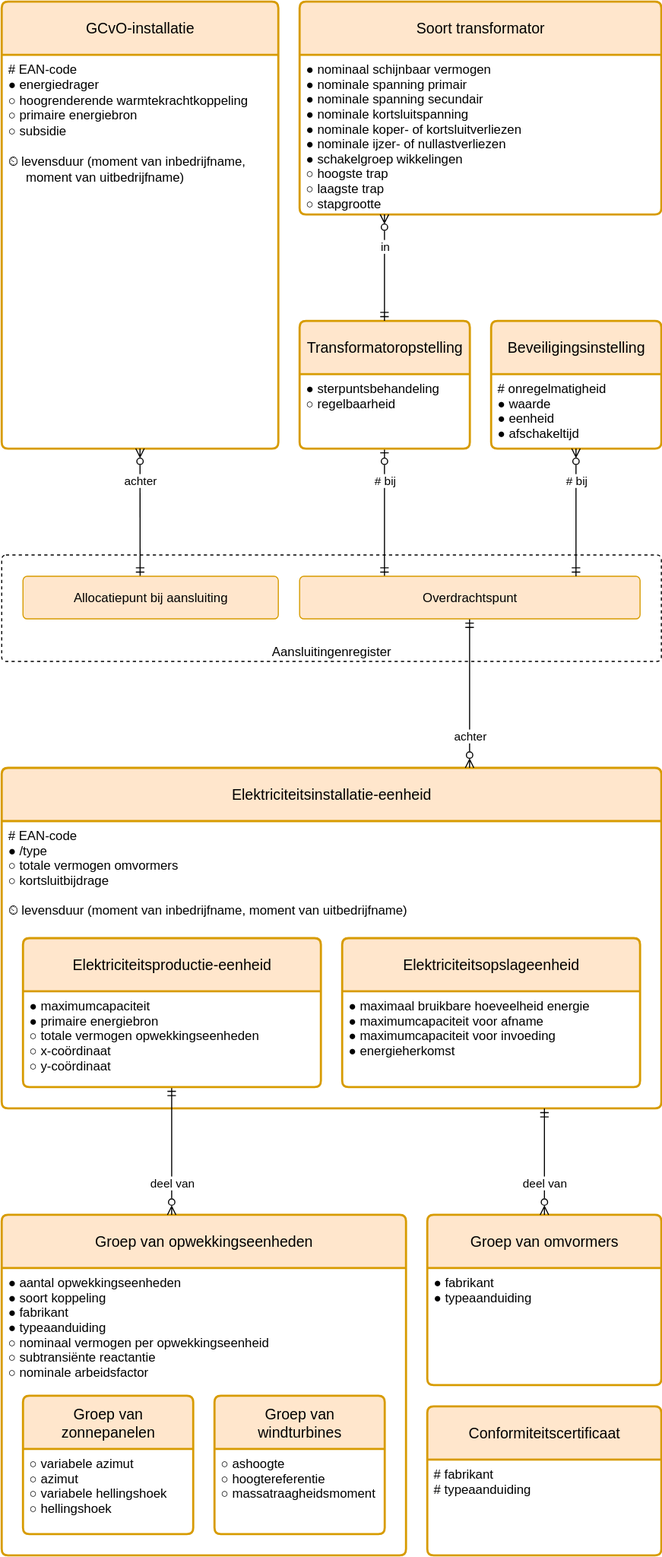
This is modellen/registers/installatieregister/1.0.0/model.drawio.svg from sefanja/nbnl-conceptuele-informatiemodellen, a draw.io export, as it was before one commit. Source tidied: cells renumbered, new cells last; positions are measured from the earlier drawing's top-left corner, leaving out a move shared by most shapes. The source it was exported from:
```xml
<mxGraphModel>
  <root>
    <mxCell id="0" />
    <mxCell id="1" parent="0" />
    <mxCell id="2" value="Aansluitingenregister" style="rounded=1;whiteSpace=wrap;html=1;dashed=1;verticalAlign=bottom;arcSize=4;" parent="1" vertex="1">
      <mxGeometry y="520" width="620" height="100" as="geometry" />
    </mxCell>
    <mxCell id="3" value="GCvO-installatie" style="swimlane;horizontal=1;startSize=50;rounded=1;fontSize=14;fontStyle=0;strokeWidth=2;shadow=0;dashed=0;align=center;arcSize=4;fillColor=#ffe6cc;strokeColor=#d79b00;whiteSpace=wrap;html=1;spacing=10;" parent="1" vertex="1">
      <mxGeometry width="260" height="420" as="geometry" />
    </mxCell>
    <mxCell id="4" value="# EAN-code&lt;br&gt;● energiedrager&lt;br&gt;○&amp;nbsp;hoogrenderende warmtekrachtkoppeling&lt;br&gt;○ primaire energiebron&lt;br&gt;&lt;div&gt;○ subsidie&lt;br&gt;&lt;br&gt;⏲&amp;nbsp;levensduur&amp;nbsp;&lt;span style=&quot;background-color: initial; color: light-dark(rgb(0, 0, 0), rgb(255, 255, 255));&quot;&gt;(moment&amp;nbsp;&lt;/span&gt;&lt;span style=&quot;background-color: initial; color: light-dark(rgb(0, 0, 0), rgb(255, 255, 255));&quot;&gt;van&lt;/span&gt;&lt;span style=&quot;background-color: initial; color: light-dark(rgb(0, 0, 0), rgb(255, 255, 255));&quot;&gt;&amp;nbsp;inbedrijf&lt;/span&gt;&lt;span style=&quot;background-color: initial; color: light-dark(rgb(0, 0, 0), rgb(255, 255, 255));&quot;&gt;name,&lt;/span&gt;&lt;div&gt;&lt;span style=&quot;background-color: initial; color: light-dark(rgb(0, 0, 0), rgb(255, 255, 255));&quot;&gt;&amp;nbsp; &amp;nbsp; &amp;nbsp;moment&lt;/span&gt;&lt;span style=&quot;background-color: initial; color: light-dark(rgb(0, 0, 0), rgb(255, 255, 255));&quot;&gt;&amp;nbsp;van&amp;nbsp;&lt;/span&gt;&lt;span style=&quot;background-color: initial; color: light-dark(rgb(0, 0, 0), rgb(255, 255, 255));&quot;&gt;uitbedrijfname)&lt;/span&gt;&lt;/div&gt;&lt;/div&gt;" style="align=left;strokeColor=none;fillColor=none;spacingLeft=4;fontSize=12;verticalAlign=top;html=1;" parent="3" vertex="1">
      <mxGeometry y="50" width="260" height="370" as="geometry" />
    </mxCell>
    <mxCell id="5" value="achter" style="edgeStyle=elbowEdgeStyle;rounded=0;jettySize=auto;html=1;endArrow=ERmandOne;endFill=0;startArrow=ERzeroToMany;startFill=0;align=center;exitX=0.5;exitY=1;exitDx=0;exitDy=0;" parent="1" edge="1" source="4" target="22">
      <mxGeometry x="-0.5" relative="1" as="geometry" />
    </mxCell>
    <mxCell id="6" value="Elektriciteitsinstallatie-eenheid" style="swimlane;horizontal=1;startSize=50;rounded=1;fontSize=14;fontStyle=0;strokeWidth=2;shadow=0;dashed=0;align=center;fillColor=#ffe6cc;strokeColor=#d79b00;arcSize=4;whiteSpace=wrap;html=1;spacing=10;" parent="1" vertex="1">
      <mxGeometry y="720" width="620" height="320" as="geometry" />
    </mxCell>
    <mxCell id="7" value="# EAN-code&#10;● /type&#10;○ totale vermogen omvormers&#10;○ kortsluitbijdrage&#10;&#10;⏲ levensduur (moment van inbedrijfname, moment van uitbedrijfname)" style="align=left;strokeColor=none;fillColor=none;spacingLeft=4;fontSize=12;verticalAlign=top;" parent="6" vertex="1">
      <mxGeometry y="50" width="620" height="270" as="geometry" />
    </mxCell>
    <mxCell id="8" value="Groep van opwekkingseenheden" style="swimlane;horizontal=1;startSize=50;rounded=1;fontSize=14;fontStyle=0;strokeWidth=2;shadow=0;dashed=0;align=center;fillColor=#ffe6cc;strokeColor=#d79b00;arcSize=4;whiteSpace=wrap;html=1;spacing=10;" parent="1" vertex="1">
      <mxGeometry y="1140" width="380" height="320" as="geometry" />
    </mxCell>
    <mxCell id="9" value="● aantal opwekkingseenheden&#10;● soort koppeling&#10;● fabrikant&#10;● typeaanduiding&#10;○ nominaal vermogen per opwekkingseenheid&#10;○ subtransiënte reactantie&#10;○ nominale arbeidsfactor" style="align=left;strokeColor=none;fillColor=none;spacingLeft=4;fontSize=12;verticalAlign=top;" parent="8" vertex="1">
      <mxGeometry y="50" width="380" height="270" as="geometry" />
    </mxCell>
    <mxCell id="10" value="Soort transformator" style="swimlane;horizontal=1;startSize=50;rounded=1;fontSize=14;fontStyle=0;strokeWidth=2;shadow=0;dashed=0;align=center;fillColor=#ffe6cc;strokeColor=#d79b00;arcSize=4;whiteSpace=wrap;html=1;spacing=10;" parent="1" vertex="1">
      <mxGeometry x="280" width="340" height="200" as="geometry" />
    </mxCell>
    <mxCell id="11" value="● nominaal schijnbaar vermogen&#10;● nominale spanning primair&#10;● nominale spanning secundair&#10;● nominale kortsluitspanning&#10;● nominale koper- of kortsluitverliezen&#10;● nominale ijzer- of nullastverliezen&#10;● schakelgroep wikkelingen&#10;○ hoogste trap&#10;○ laagste trap&#10;○ stapgrootte" style="align=left;strokeColor=none;fillColor=none;spacingLeft=4;fontSize=12;verticalAlign=top;" parent="10" vertex="1">
      <mxGeometry y="50" width="340" height="150" as="geometry" />
    </mxCell>
    <mxCell id="12" value="deel van" style="endArrow=ERzeroToMany;html=1;rounded=0;startArrow=ERmandOne;startFill=0;endFill=0;edgeStyle=elbowEdgeStyle;align=center;" parent="1" edge="1" source="14" target="8">
      <mxGeometry x="0.5" relative="1" as="geometry" />
    </mxCell>
    <mxCell id="13" value="# bij" style="endArrow=ERzeroToOne;html=1;rounded=0;startArrow=ERmandOne;startFill=0;endFill=0;align=center;edgeStyle=elbowEdgeStyle;" parent="1" edge="1" source="19" target="29">
      <mxGeometry x="0.5" relative="1" as="geometry" />
    </mxCell>
    <mxCell id="14" value="Elektriciteitsproductie-eenheid" style="swimlane;horizontal=1;startSize=50;rounded=1;fontSize=14;fontStyle=0;strokeWidth=2;shadow=0;dashed=0;align=center;fillColor=#ffe6cc;strokeColor=#d79b00;arcSize=4;whiteSpace=wrap;html=1;spacing=10;" parent="1" vertex="1">
      <mxGeometry x="20" y="880" width="280" height="140" as="geometry" />
    </mxCell>
    <mxCell id="15" value="● maximumcapaciteit&#10;● primaire energiebron&#10;○ totale vermogen opwekkingseenheden&#10;○ x-coördinaat&#10;○ y-coördinaat" style="align=left;strokeColor=none;fillColor=none;spacingLeft=4;fontSize=12;verticalAlign=top;" parent="14" vertex="1">
      <mxGeometry y="50" width="280" height="90" as="geometry" />
    </mxCell>
    <mxCell id="16" value="Elektriciteitsopslageenheid" style="swimlane;horizontal=1;startSize=50;rounded=1;fontSize=14;fontStyle=0;strokeWidth=2;shadow=0;dashed=0;align=center;fillColor=#ffe6cc;strokeColor=#d79b00;arcSize=4;whiteSpace=wrap;html=1;spacing=10;" parent="1" vertex="1">
      <mxGeometry x="320" y="880" width="280" height="140" as="geometry" />
    </mxCell>
    <mxCell id="17" value="● maximaal bruikbare hoeveelheid energie&#10;● maximumcapaciteit voor afname&#10;● maximumcapaciteit voor invoeding&#10;● energieherkomst" style="align=left;strokeColor=none;fillColor=none;spacingLeft=4;fontSize=12;verticalAlign=top;fontStyle=0;" parent="16" vertex="1">
      <mxGeometry y="50" width="280" height="90" as="geometry" />
    </mxCell>
    <mxCell id="18" value="achter" style="endArrow=ERmandOne;html=1;rounded=0;endFill=0;startArrow=ERzeroToMany;startFill=0;align=center;edgeStyle=elbowEdgeStyle;" parent="1" edge="1" source="6" target="19">
      <mxGeometry x="-0.57" relative="1" as="geometry" />
    </mxCell>
    <mxCell id="19" value="Overdrachtspunt" style="rounded=1;arcSize=10;whiteSpace=wrap;html=1;align=center;fillColor=#ffe6cc;strokeColor=#d79b00;" parent="1" vertex="1">
      <mxGeometry x="280" y="540" width="320" height="40" as="geometry" />
    </mxCell>
    <mxCell id="20" value="Conformiteitscertificaat" style="swimlane;horizontal=1;startSize=50;rounded=1;fontSize=14;fontStyle=0;strokeWidth=2;shadow=0;dashed=0;align=center;fillColor=#ffe6cc;strokeColor=#d79b00;arcSize=4;whiteSpace=wrap;html=1;spacing=10;" parent="1" vertex="1">
      <mxGeometry x="400" y="1320" width="220" height="140" as="geometry" />
    </mxCell>
    <mxCell id="21" value="# fabrikant&#10;# typeaanduiding" style="align=left;strokeColor=none;fillColor=none;spacingLeft=4;fontSize=12;verticalAlign=top;" parent="20" vertex="1">
      <mxGeometry y="50" width="220" height="90" as="geometry" />
    </mxCell>
    <mxCell id="22" value="Allocatiepunt bij aansluiting" style="rounded=1;arcSize=10;whiteSpace=wrap;html=1;align=center;fillColor=#ffe6cc;strokeColor=#d79b00;" parent="1" vertex="1">
      <mxGeometry x="20" y="540" width="240" height="40" as="geometry" />
    </mxCell>
    <mxCell id="23" value="Beveiligingsinstelling" style="swimlane;horizontal=1;startSize=50;rounded=1;fontSize=14;fontStyle=0;strokeWidth=2;shadow=0;dashed=0;align=center;fillColor=#ffe6cc;strokeColor=#d79b00;arcSize=4;whiteSpace=wrap;html=1;spacing=10;" parent="1" vertex="1">
      <mxGeometry x="460" y="300" width="160" height="120" as="geometry" />
    </mxCell>
    <mxCell id="24" value="# onregelmatigheid&#10;● waarde&#10;● eenheid&#10;● afschakeltijd" style="align=left;strokeColor=none;fillColor=none;spacingLeft=4;fontSize=12;verticalAlign=top;" parent="23" vertex="1">
      <mxGeometry y="50" width="160" height="70" as="geometry" />
    </mxCell>
    <mxCell id="25" value="# bij" style="endArrow=ERzeroToMany;html=1;rounded=0;startArrow=ERmandOne;startFill=0;endFill=0;align=center;edgeStyle=elbowEdgeStyle;entryX=0.5;entryY=1;entryDx=0;entryDy=0;" parent="1" edge="1" source="19" target="24">
      <mxGeometry x="0.5" relative="1" as="geometry" />
    </mxCell>
    <mxCell id="26" value="Groep van omvormers" style="swimlane;horizontal=1;startSize=50;rounded=1;fontSize=14;fontStyle=0;strokeWidth=2;shadow=0;dashed=0;align=center;fillColor=#ffe6cc;strokeColor=#d79b00;arcSize=4;whiteSpace=wrap;html=1;spacing=10;" parent="1" vertex="1">
      <mxGeometry x="400" y="1140" width="220" height="160" as="geometry" />
    </mxCell>
    <mxCell id="27" value="● fabrikant&#10;● typeaanduiding" style="align=left;strokeColor=none;fillColor=none;spacingLeft=4;fontSize=12;verticalAlign=top;" parent="26" vertex="1">
      <mxGeometry y="50" width="220" height="110" as="geometry" />
    </mxCell>
    <mxCell id="28" value="deel van" style="endArrow=ERzeroToMany;html=1;rounded=0;startArrow=ERmandOne;startFill=0;endFill=0;align=center;edgeStyle=elbowEdgeStyle;entryX=0.5;entryY=0;entryDx=0;entryDy=0;" parent="1" edge="1" source="6" target="26">
      <mxGeometry x="0.4" relative="1" as="geometry" />
    </mxCell>
    <mxCell id="29" value="Transformatoropstelling" style="swimlane;horizontal=1;startSize=50;rounded=1;fontSize=14;fontStyle=0;strokeWidth=2;shadow=0;dashed=0;align=center;fillColor=#ffe6cc;strokeColor=#d79b00;arcSize=4;whiteSpace=wrap;html=1;spacing=10;" parent="1" vertex="1">
      <mxGeometry x="280" y="300" width="160" height="120" as="geometry" />
    </mxCell>
    <mxCell id="30" value="● sterpuntsbehandeling&#10;○ regelbaarheid" style="align=left;strokeColor=none;fillColor=none;spacingLeft=4;fontSize=12;verticalAlign=top;" parent="29" vertex="1">
      <mxGeometry y="50" width="160" height="70" as="geometry" />
    </mxCell>
    <mxCell id="31" value="in" style="endArrow=ERzeroToMany;html=1;rounded=0;startArrow=ERmandOne;startFill=0;endFill=0;align=center;edgeStyle=elbowEdgeStyle;" parent="1" edge="1" source="29" target="10">
      <mxGeometry x="0.4" relative="1" as="geometry" />
    </mxCell>
    <mxCell id="32" value="Groep van zonnepanelen" style="swimlane;horizontal=1;startSize=50;rounded=1;fontSize=14;fontStyle=0;strokeWidth=2;shadow=0;dashed=0;align=center;fillColor=#ffe6cc;strokeColor=#d79b00;arcSize=4;whiteSpace=wrap;html=1;spacing=10;" parent="1" vertex="1">
      <mxGeometry x="20" y="1310" width="160" height="130" as="geometry" />
    </mxCell>
    <mxCell id="33" value="○ variabele azimut&#10;○ azimut&#10;○ variabele hellingshoek&#10;○ hellingshoek" style="align=left;strokeColor=none;fillColor=none;spacingLeft=4;fontSize=12;verticalAlign=top;" parent="32" vertex="1">
      <mxGeometry y="50" width="160" height="80" as="geometry" />
    </mxCell>
    <mxCell id="34" value="Groep van windturbines" style="swimlane;horizontal=1;startSize=50;rounded=1;fontSize=14;fontStyle=0;strokeWidth=2;shadow=0;dashed=0;align=center;fillColor=#ffe6cc;strokeColor=#d79b00;arcSize=4;whiteSpace=wrap;html=1;spacing=10;" parent="1" vertex="1">
      <mxGeometry x="200" y="1310" width="160" height="130" as="geometry" />
    </mxCell>
    <mxCell id="35" value="○ ashoogte&#10;○ hoogtereferentie&#10;○ massatraagheidsmoment" style="align=left;strokeColor=none;fillColor=none;spacingLeft=4;fontSize=12;verticalAlign=top;" parent="34" vertex="1">
      <mxGeometry y="50" width="160" height="80" as="geometry" />
    </mxCell>
  </root>
</mxGraphModel>
```
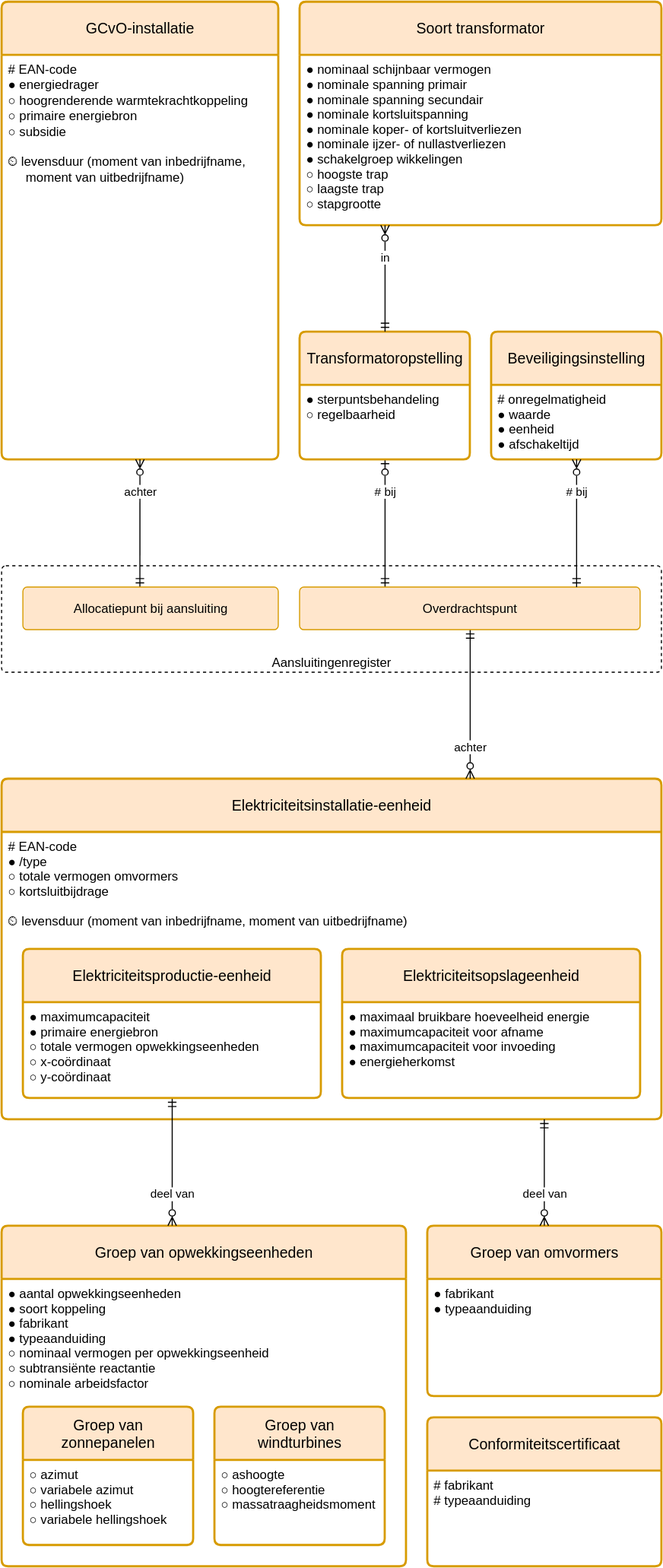
The same file after the commit.

Diff of the diagram source:
```diff
@@ -6,10 +6,10 @@
       <mxGeometry y="520" width="620" height="100" as="geometry" />
     </mxCell>
     <mxCell id="3" value="GCvO-installatie" style="swimlane;horizontal=1;startSize=50;rounded=1;fontSize=14;fontStyle=0;strokeWidth=2;shadow=0;dashed=0;align=center;arcSize=4;fillColor=#ffe6cc;strokeColor=#d79b00;whiteSpace=wrap;html=1;spacing=10;" parent="1" vertex="1">
-      <mxGeometry width="260" height="420" as="geometry" />
+      <mxGeometry y="-10" width="260" height="430" as="geometry" />
     </mxCell>
     <mxCell id="4" value="# EAN-code&lt;br&gt;● energiedrager&lt;br&gt;○&amp;nbsp;hoogrenderende warmtekrachtkoppeling&lt;br&gt;○ primaire energiebron&lt;br&gt;&lt;div&gt;○ subsidie&lt;br&gt;&lt;br&gt;⏲&amp;nbsp;levensduur&amp;nbsp;&lt;span style=&quot;background-color: initial; color: light-dark(rgb(0, 0, 0), rgb(255, 255, 255));&quot;&gt;(moment&amp;nbsp;&lt;/span&gt;&lt;span style=&quot;background-color: initial; color: light-dark(rgb(0, 0, 0), rgb(255, 255, 255));&quot;&gt;van&lt;/span&gt;&lt;span style=&quot;background-color: initial; color: light-dark(rgb(0, 0, 0), rgb(255, 255, 255));&quot;&gt;&amp;nbsp;inbedrijf&lt;/span&gt;&lt;span style=&quot;background-color: initial; color: light-dark(rgb(0, 0, 0), rgb(255, 255, 255));&quot;&gt;name,&lt;/span&gt;&lt;div&gt;&lt;span style=&quot;background-color: initial; color: light-dark(rgb(0, 0, 0), rgb(255, 255, 255));&quot;&gt;&amp;nbsp; &amp;nbsp; &amp;nbsp;moment&lt;/span&gt;&lt;span style=&quot;background-color: initial; color: light-dark(rgb(0, 0, 0), rgb(255, 255, 255));&quot;&gt;&amp;nbsp;van&amp;nbsp;&lt;/span&gt;&lt;span style=&quot;background-color: initial; color: light-dark(rgb(0, 0, 0), rgb(255, 255, 255));&quot;&gt;uitbedrijfname)&lt;/span&gt;&lt;/div&gt;&lt;/div&gt;" style="align=left;strokeColor=none;fillColor=none;spacingLeft=4;fontSize=12;verticalAlign=top;html=1;" parent="3" vertex="1">
-      <mxGeometry y="50" width="260" height="370" as="geometry" />
+      <mxGeometry y="50" width="260" height="380" as="geometry" />
     </mxCell>
     <mxCell id="5" value="achter" style="edgeStyle=elbowEdgeStyle;rounded=0;jettySize=auto;html=1;endArrow=ERmandOne;endFill=0;startArrow=ERzeroToMany;startFill=0;align=center;exitX=0.5;exitY=1;exitDx=0;exitDy=0;" parent="1" edge="1" source="4" target="22">
       <mxGeometry x="-0.5" relative="1" as="geometry" />
@@ -27,10 +27,10 @@
       <mxGeometry y="50" width="380" height="270" as="geometry" />
     </mxCell>
     <mxCell id="10" value="Soort transformator" style="swimlane;horizontal=1;startSize=50;rounded=1;fontSize=14;fontStyle=0;strokeWidth=2;shadow=0;dashed=0;align=center;fillColor=#ffe6cc;strokeColor=#d79b00;arcSize=4;whiteSpace=wrap;html=1;spacing=10;" parent="1" vertex="1">
-      <mxGeometry x="280" width="340" height="200" as="geometry" />
+      <mxGeometry x="280" y="-10" width="340" height="210" as="geometry" />
     </mxCell>
     <mxCell id="11" value="● nominaal schijnbaar vermogen&#10;● nominale spanning primair&#10;● nominale spanning secundair&#10;● nominale kortsluitspanning&#10;● nominale koper- of kortsluitverliezen&#10;● nominale ijzer- of nullastverliezen&#10;● schakelgroep wikkelingen&#10;○ hoogste trap&#10;○ laagste trap&#10;○ stapgrootte" style="align=left;strokeColor=none;fillColor=none;spacingLeft=4;fontSize=12;verticalAlign=top;" parent="10" vertex="1">
-      <mxGeometry y="50" width="340" height="150" as="geometry" />
+      <mxGeometry y="50" width="340" height="160" as="geometry" />
     </mxCell>
     <mxCell id="12" value="deel van" style="endArrow=ERzeroToMany;html=1;rounded=0;startArrow=ERmandOne;startFill=0;endFill=0;edgeStyle=elbowEdgeStyle;align=center;" parent="1" edge="1" source="14" target="8">
       <mxGeometry x="0.5" relative="1" as="geometry" />
@@ -95,7 +95,7 @@
     <mxCell id="32" value="Groep van zonnepanelen" style="swimlane;horizontal=1;startSize=50;rounded=1;fontSize=14;fontStyle=0;strokeWidth=2;shadow=0;dashed=0;align=center;fillColor=#ffe6cc;strokeColor=#d79b00;arcSize=4;whiteSpace=wrap;html=1;spacing=10;" parent="1" vertex="1">
       <mxGeometry x="20" y="1310" width="160" height="130" as="geometry" />
     </mxCell>
-    <mxCell id="33" value="○ variabele azimut&#10;○ azimut&#10;○ variabele hellingshoek&#10;○ hellingshoek" style="align=left;strokeColor=none;fillColor=none;spacingLeft=4;fontSize=12;verticalAlign=top;" parent="32" vertex="1">
+    <mxCell id="33" value="○ azimut&#10;○ variabele azimut&#10;○ hellingshoek&#10;○ variabele hellingshoek" style="align=left;strokeColor=none;fillColor=none;spacingLeft=4;fontSize=12;verticalAlign=top;" parent="32" vertex="1">
       <mxGeometry y="50" width="160" height="80" as="geometry" />
     </mxCell>
     <mxCell id="34" value="Groep van windturbines" style="swimlane;horizontal=1;startSize=50;rounded=1;fontSize=14;fontStyle=0;strokeWidth=2;shadow=0;dashed=0;align=center;fillColor=#ffe6cc;strokeColor=#d79b00;arcSize=4;whiteSpace=wrap;html=1;spacing=10;" parent="1" vertex="1">
```
